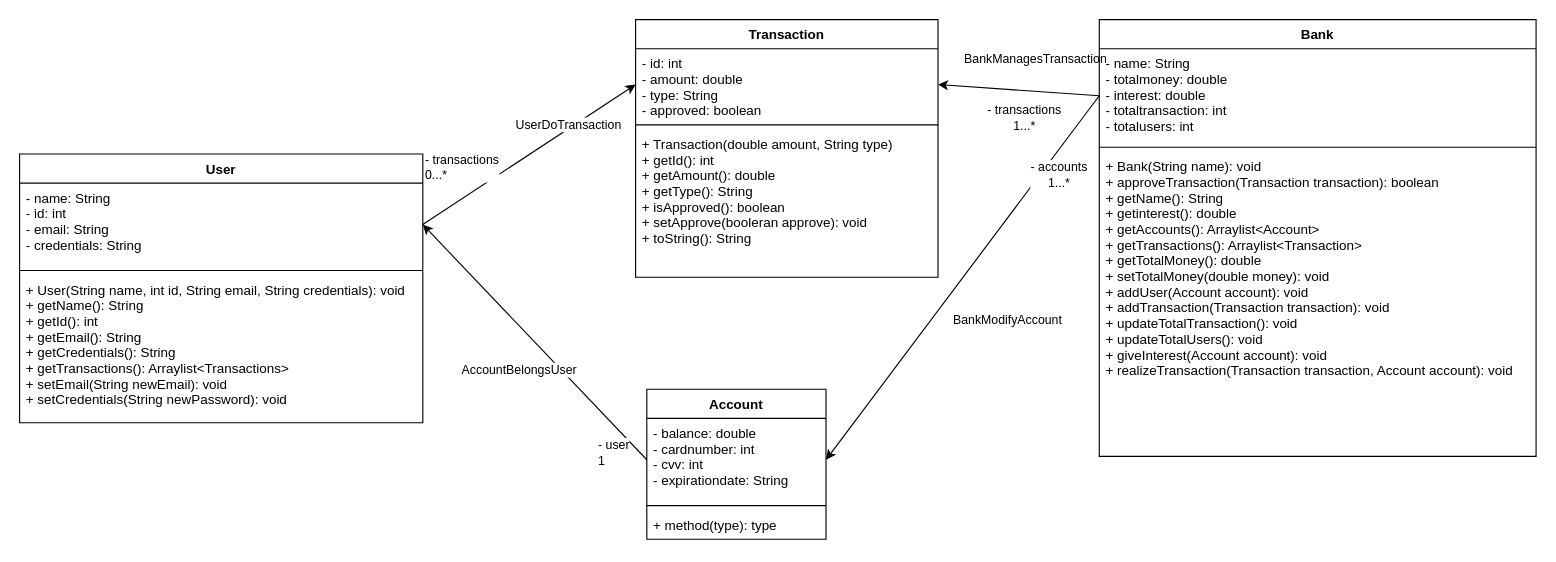
Julian-Florez/OOP-Project keeps this draw.io diagram as Week5/Quiz/Quiz4.drawio. Above is the earlier version. Source tidied: cells renumbered, new cells numbered last; positions are measured from the earlier drawing's top-left corner, leaving out a move shared by most shapes. Both pictures are drawn from the tidied source at 112%, with x=0, y=0 at pixel (19, 19).
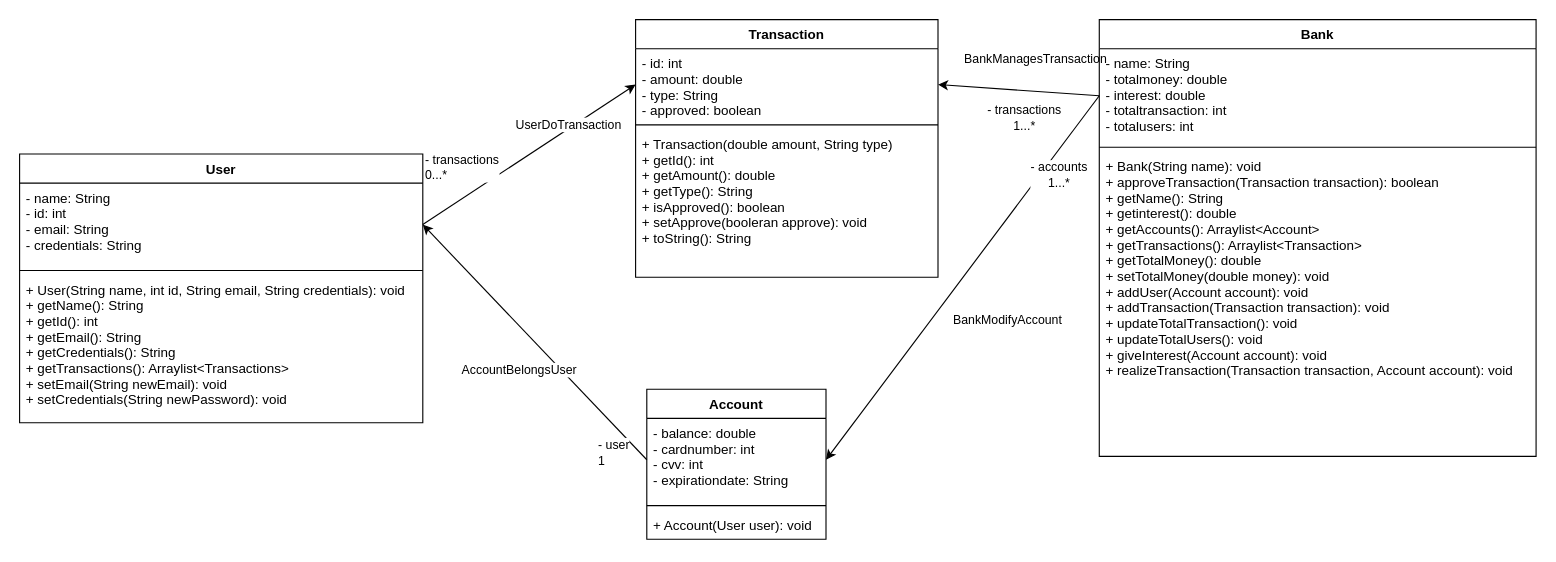
Above is the later version.

The change refers to these unchanged cells:
```xml
<mxCell id="6" value="Account" style="swimlane;fontStyle=1;align=center;verticalAlign=top;horizontal=1;startSize=26;" parent="1" vertex="1">
  <mxGeometry x="560" y="330" width="160" height="134" as="geometry" />
</mxCell>
```

The edit, as a diff of the source:
```diff
@@
-    <mxCell id="9" value="+ method(type): type" style="text;strokeColor=none;fillColor=none;align=left;verticalAlign=top;spacingLeft=4;spacingRight=4;overflow=hidden;" parent="6" vertex="1">
+    <mxCell id="9" value="+ Account(User user): void" style="text;strokeColor=none;fillColor=none;align=left;verticalAlign=top;spacingLeft=4;spacingRight=4;overflow=hidden;" parent="6" vertex="1">
       <mxGeometry y="108" width="160" height="26" as="geometry" />
     </mxCell>
```
